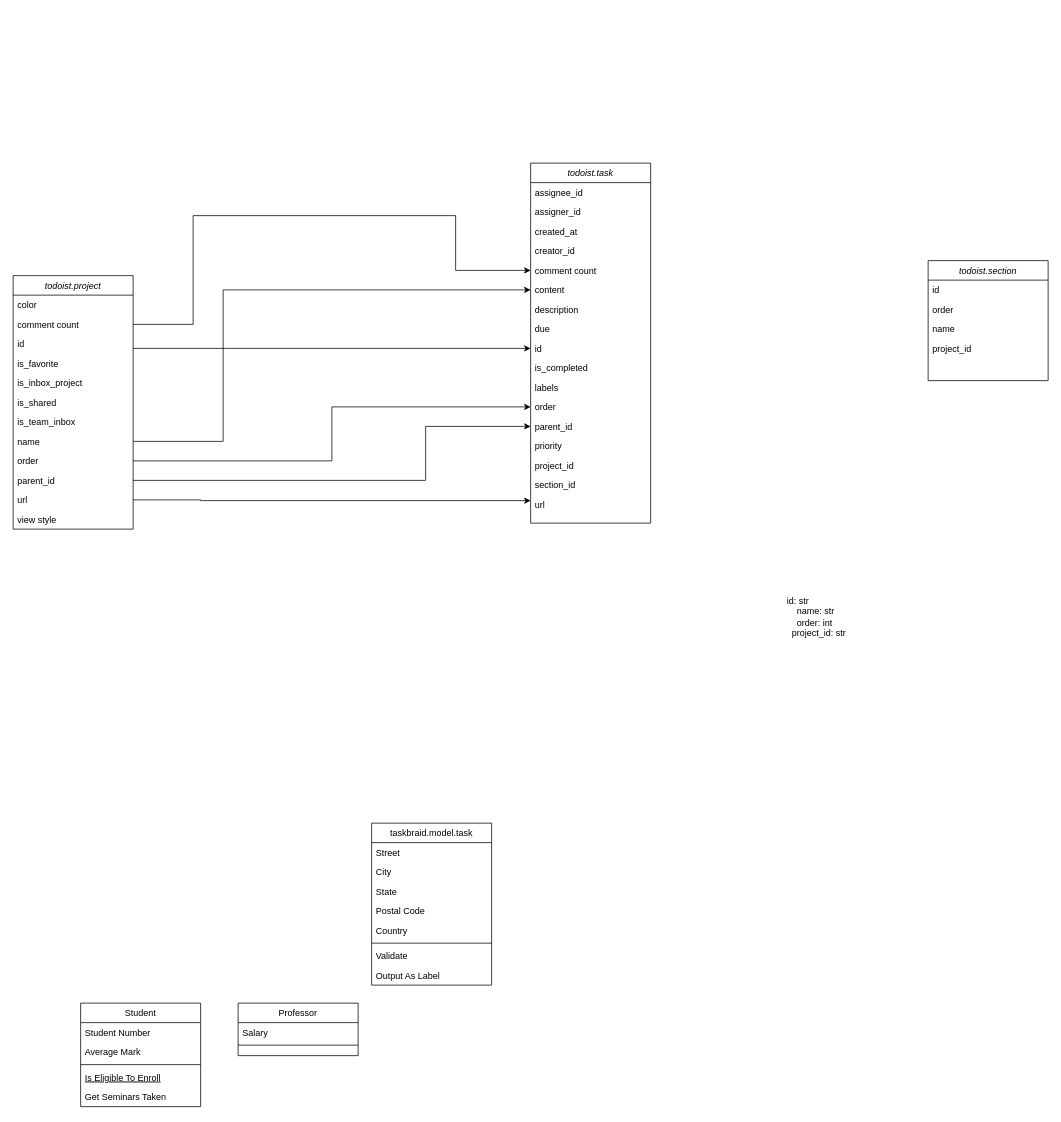
This is model.drawio from KeithDavis067/taskbraid, a draw.io file, before an edit. Source tidied: cells renumbered, new cells numbered last; positions are measured from the earlier drawing's top-left corner, leaving out a move shared by most shapes. Both pictures are drawn from the tidied source at 75%, with x=0, y=0 at pixel (13, 163).
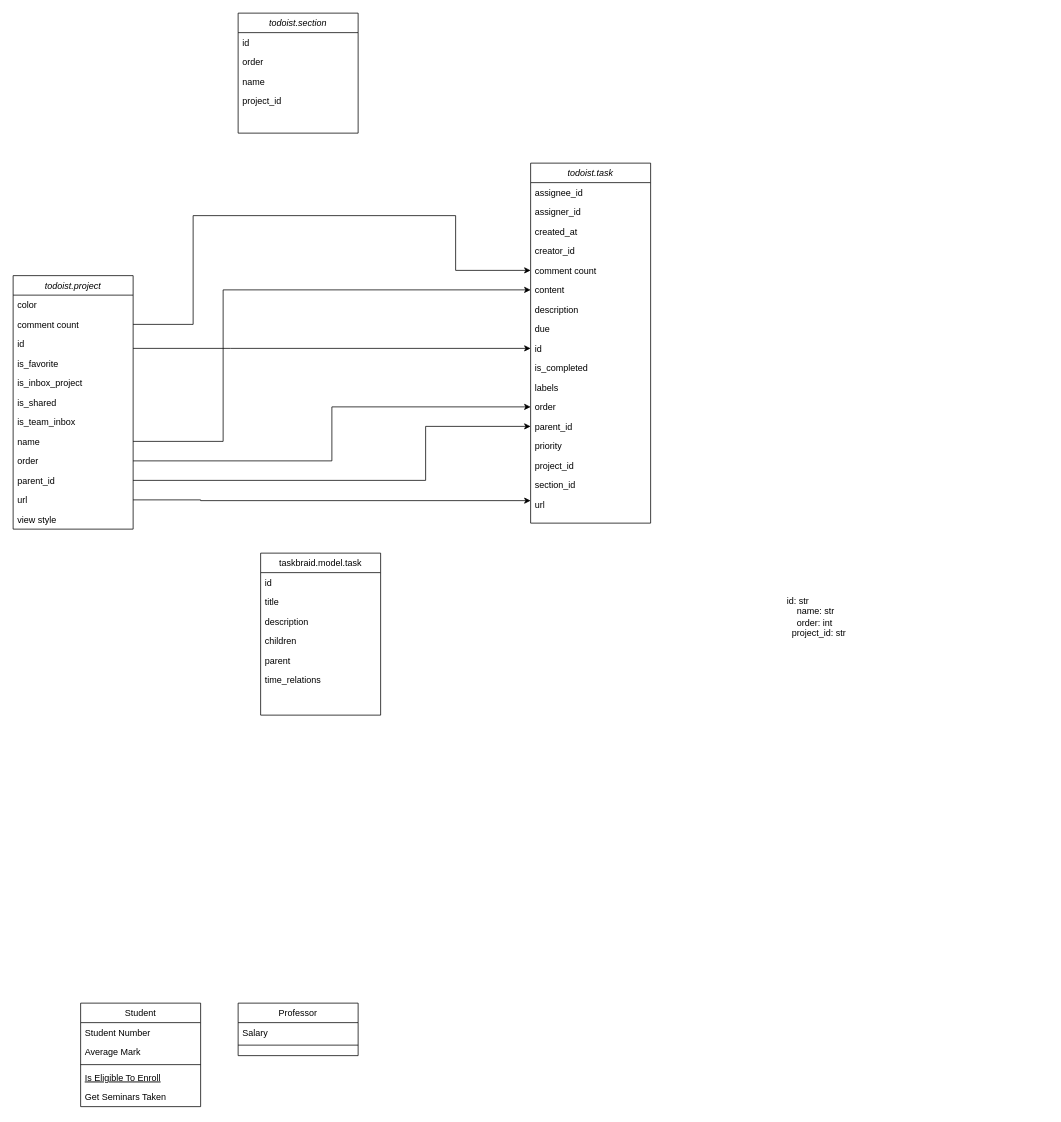
After the change.

The edit, as a diff of the source:
```diff
@@
     <mxCell id="24" value="taskbraid.model.task" style="swimlane;fontStyle=0;align=center;verticalAlign=top;horizontal=1;startSize=26;rounded=0;shadow=0;strokeWidth=1;" parent="1" vertex="1">
-      <mxGeometry x="478" y="880" width="160" height="216" as="geometry" />
+      <mxGeometry x="330" y="520" width="160" height="216" as="geometry" />
     </mxCell>
-    <mxCell id="25" value="Street" style="text;align=left;verticalAlign=top;spacingLeft=4;spacingRight=4;overflow=hidden;" parent="24" vertex="1">
+    <mxCell id="25" value="id" style="text;align=left;verticalAlign=top;spacingLeft=4;spacingRight=4;overflow=hidden;" parent="24" vertex="1">
       <mxGeometry y="26" width="160" height="26" as="geometry" />
     </mxCell>
-    <mxCell id="26" value="City" style="text;align=left;verticalAlign=top;spacingLeft=4;spacingRight=4;overflow=hidden;rounded=0;shadow=0;html=0;" parent="24" vertex="1">
-      <mxGeometry y="52" width="160" height="26" as="geometry" />
-    </mxCell>
-    <mxCell id="27" value="State" style="text;align=left;verticalAlign=top;spacingLeft=4;spacingRight=4;overflow=hidden;rounded=0;shadow=0;html=0;" parent="24" vertex="1">
-      <mxGeometry y="78" width="160" height="26" as="geometry" />
+    <mxCell id="27" value="title" style="text;align=left;verticalAlign=top;spacingLeft=4;spacingRight=4;overflow=hidden;rounded=0;shadow=0;html=0;" parent="24" vertex="1">
+      <mxGeometry y="52" width="160" height="26" as="geometry" />
     </mxCell>
-    <mxCell id="28" value="Postal Code" style="text;align=left;verticalAlign=top;spacingLeft=4;spacingRight=4;overflow=hidden;rounded=0;shadow=0;html=0;" parent="24" vertex="1">
-      <mxGeometry y="104" width="160" height="26" as="geometry" />
+    <mxCell id="28" value="description" style="text;align=left;verticalAlign=top;spacingLeft=4;spacingRight=4;overflow=hidden;rounded=0;shadow=0;html=0;" parent="24" vertex="1">
+      <mxGeometry y="78" width="160" height="26" as="geometry" />
     </mxCell>
-    <mxCell id="29" value="Country" style="text;align=left;verticalAlign=top;spacingLeft=4;spacingRight=4;overflow=hidden;rounded=0;shadow=0;html=0;" parent="24" vertex="1">
-      <mxGeometry y="130" width="160" height="26" as="geometry" />
-    </mxCell>
-    <mxCell id="30" style="line;html=1;strokeWidth=1;align=left;verticalAlign=middle;spacingTop=-1;spacingLeft=3;spacingRight=3;labelPosition=right;" parent="24" vertex="1">
-      <mxGeometry y="156" width="160" height="8" as="geometry" />
-    </mxCell>
-    <mxCell id="31" value="Validate" style="text;align=left;verticalAlign=top;spacingLeft=4;spacingRight=4;overflow=hidden;" parent="24" vertex="1">
-      <mxGeometry y="164" width="160" height="26" as="geometry" />
+    <mxCell id="31" value="children&#10;" style="text;align=left;verticalAlign=top;spacingLeft=4;spacingRight=4;overflow=hidden;" parent="24" vertex="1">
+      <mxGeometry y="104" width="160" height="26" as="geometry" />
     </mxCell>
-    <mxCell id="32" value="Output As Label" style="text;align=left;verticalAlign=top;spacingLeft=4;spacingRight=4;overflow=hidden;" parent="24" vertex="1">
-      <mxGeometry y="190" width="160" height="26" as="geometry" />
+    <mxCell id="32" value="parent" style="text;align=left;verticalAlign=top;spacingLeft=4;spacingRight=4;overflow=hidden;" parent="24" vertex="1">
+      <mxGeometry y="130" width="160" height="26" as="geometry" />
     </mxCell>
+    <mxCell id="63" value="time_relations" style="text;align=left;verticalAlign=top;spacingLeft=4;spacingRight=4;overflow=hidden;" parent="24" vertex="1">
+      <mxGeometry y="156" width="160" height="26" as="geometry" />
+    </mxCell>
@@
     <mxCell id="57" value="todoist.section" style="swimlane;fontStyle=2;align=center;verticalAlign=top;horizontal=1;startSize=26;rounded=0;shadow=0;strokeWidth=1;" parent="1" vertex="1">
-      <mxGeometry x="1220" y="130" width="160" height="160" as="geometry" />
+      <mxGeometry x="300" y="-200" width="160" height="160" as="geometry" />
     </mxCell>
```
